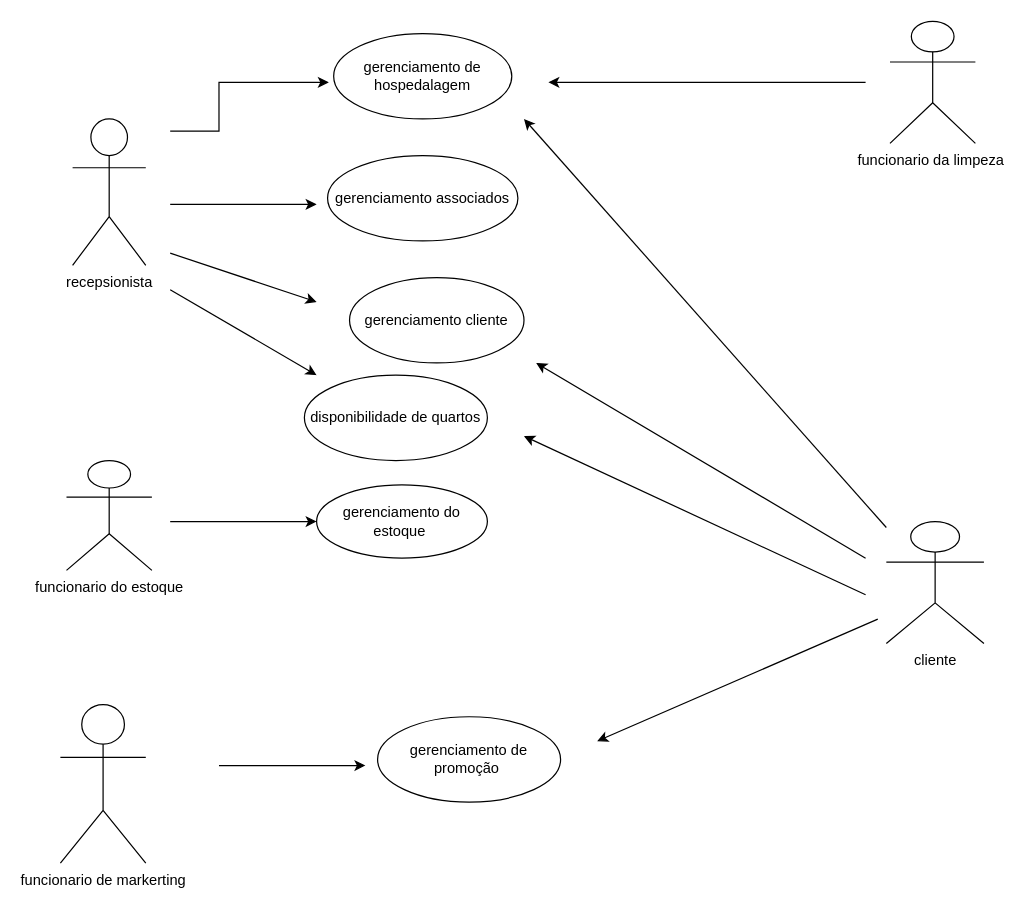
Earlier version of the draw.io diagram page "Página-4" (4 of 4) of Diagramaaula.drawio (juju378/diagramasderequisitos). Source tidied: cells renumbered, new cells numbered last; positions are measured from the earlier drawing's top-left corner, leaving out a move shared by most shapes. Both pictures are drawn from the tidied source at 122%, with x=0, y=0 at pixel (60, 21).
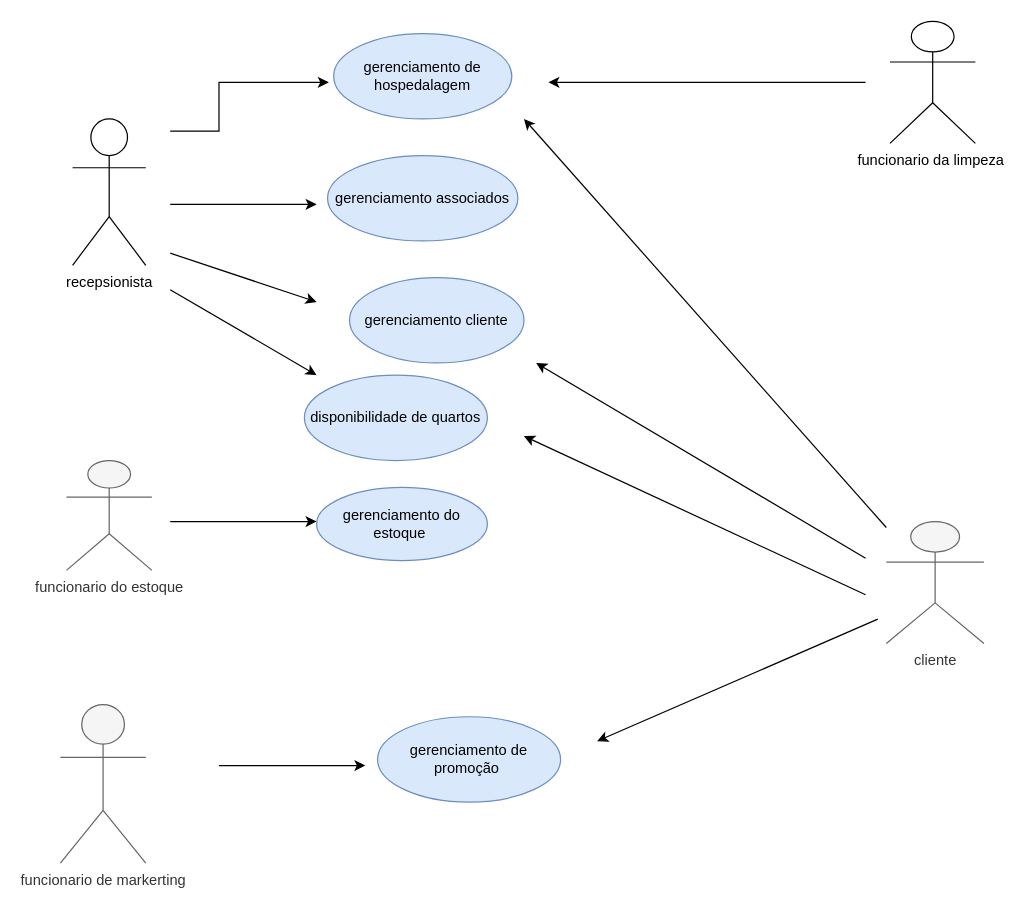
Above is the later version.

Diff of the diagram source:
```diff
@@
-    <mxCell id="4" value="gerenciamento de hospedalagem" style="ellipse;whiteSpace=wrap;html=1;" parent="1" vertex="1">
+    <mxCell id="4" value="gerenciamento de hospedalagem" style="ellipse;whiteSpace=wrap;html=1;fillColor=#dae8fc;strokeColor=#6c8ebf;" parent="1" vertex="1">
       <mxGeometry x="224" y="10" width="146" height="70" as="geometry" />
     </mxCell>
@@
-    <mxCell id="6" value="gerenciamento associados" style="ellipse;whiteSpace=wrap;html=1;" parent="1" vertex="1">
+    <mxCell id="6" value="gerenciamento associados" style="ellipse;whiteSpace=wrap;html=1;fillColor=#dae8fc;strokeColor=#6c8ebf;" parent="1" vertex="1">
       <mxGeometry x="219" y="110" width="156" height="70" as="geometry" />
     </mxCell>
@@
-    <mxCell id="8" value="gerenciamento cliente" style="ellipse;whiteSpace=wrap;html=1;" parent="1" vertex="1">
+    <mxCell id="8" value="gerenciamento cliente" style="ellipse;whiteSpace=wrap;html=1;fillColor=#dae8fc;strokeColor=#6c8ebf;" parent="1" vertex="1">
       <mxGeometry x="237" y="210" width="143" height="70" as="geometry" />
     </mxCell>
@@
-    <mxCell id="10" value="disponibilidade de quartos" style="ellipse;whiteSpace=wrap;html=1;" parent="1" vertex="1">
+    <mxCell id="10" value="disponibilidade de quartos" style="ellipse;whiteSpace=wrap;html=1;fillColor=#dae8fc;strokeColor=#6c8ebf;" parent="1" vertex="1">
       <mxGeometry x="200" y="290" width="150" height="70" as="geometry" />
     </mxCell>
-    <mxCell id="11" value="funcionario do estoque" style="shape=umlActor;verticalLabelPosition=bottom;verticalAlign=top;html=1;" parent="1" vertex="1">
+    <mxCell id="11" value="funcionario do estoque" style="shape=umlActor;verticalLabelPosition=bottom;verticalAlign=top;html=1;fillColor=#f5f5f5;fontColor=#333333;strokeColor=#666666;" parent="1" vertex="1">
       <mxGeometry x="5" y="360" width="70" height="90" as="geometry" />
     </mxCell>
@@
-    <mxCell id="13" value="gerenciamento do estoque&amp;nbsp;" style="ellipse;whiteSpace=wrap;html=1;" parent="1" vertex="1">
-      <mxGeometry x="210" y="380" width="140" height="60" as="geometry" />
+    <mxCell id="13" value="gerenciamento do estoque&amp;nbsp;" style="ellipse;whiteSpace=wrap;html=1;fillColor=#dae8fc;strokeColor=#6c8ebf;" parent="1" vertex="1">
+      <mxGeometry x="210" y="382" width="140" height="60" as="geometry" />
     </mxCell>
-    <mxCell id="14" value="funcionario de markerting" style="shape=umlActor;verticalLabelPosition=bottom;verticalAlign=top;html=1;" parent="1" vertex="1">
+    <mxCell id="14" value="funcionario de markerting" style="shape=umlActor;verticalLabelPosition=bottom;verticalAlign=top;html=1;fillColor=#f5f5f5;fontColor=#333333;strokeColor=#666666;" parent="1" vertex="1">
       <mxGeometry y="560" width="70" height="130" as="geometry" />
     </mxCell>
@@
-    <mxCell id="16" value="gerenciamento de promoção&amp;nbsp;" style="ellipse;whiteSpace=wrap;html=1;" parent="1" vertex="1">
+    <mxCell id="16" value="gerenciamento de promoção&amp;nbsp;" style="ellipse;whiteSpace=wrap;html=1;fillColor=#dae8fc;strokeColor=#6c8ebf;" parent="1" vertex="1">
       <mxGeometry x="260" y="570" width="150" height="70" as="geometry" />
     </mxCell>
-    <mxCell id="17" value="cliente" style="shape=umlActor;verticalLabelPosition=bottom;verticalAlign=top;html=1;outlineConnect=0;" parent="1" vertex="1">
+    <mxCell id="17" value="cliente" style="shape=umlActor;verticalLabelPosition=bottom;verticalAlign=top;html=1;outlineConnect=0;fillColor=#f5f5f5;fontColor=#333333;strokeColor=#666666;" parent="1" vertex="1">
       <mxGeometry x="677" y="410" width="80" height="100" as="geometry" />
     </mxCell>
```
